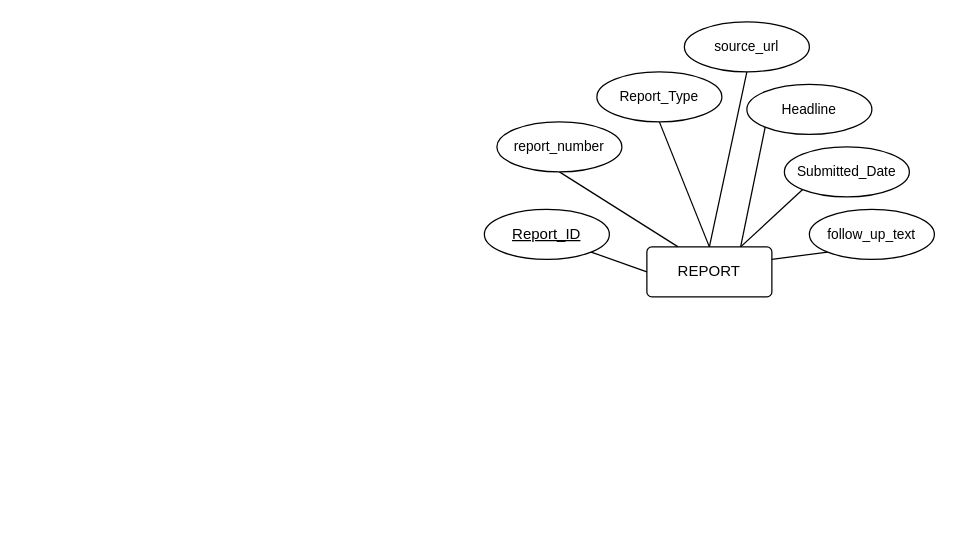
Bigfoot-In-Ass/bigfoot-sighting-db keeps this draw.io diagram as bigfoot-diagrams.drawio. Above is the earlier version. Source tidied: cells renumbered, new cells numbered last; positions are measured from the earlier drawing's top-left corner, leaving out a move shared by most shapes. Both pictures are drawn from the tidied source at 125%, with x=0, y=0 at pixel (484, 21).
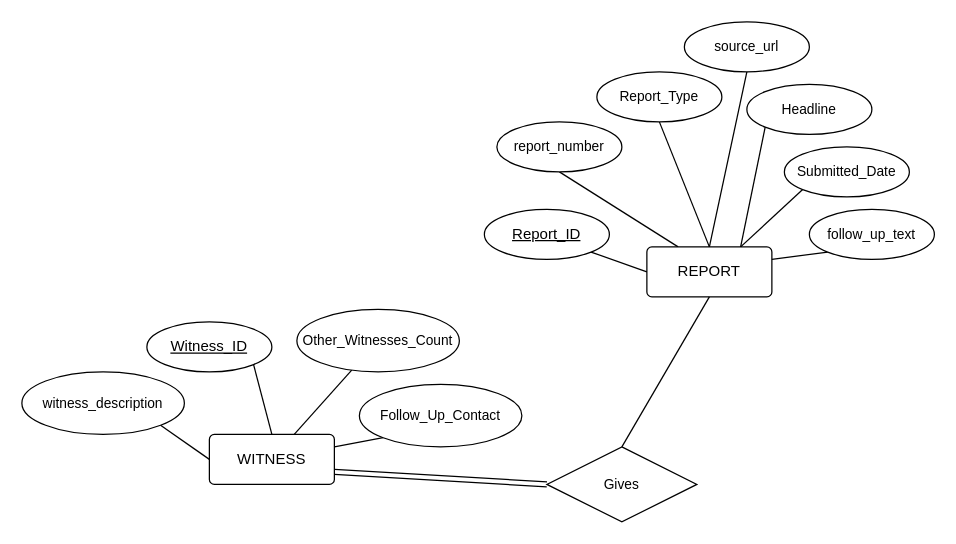
The same diagram, later.

Commit message:
resource.erd: Added `WITNESS` entity and `Gives` Relationship

The change refers to these unchanged cells:
```xml
<mxCell id="3" value="REPORT" style="rounded=1;arcSize=10;whiteSpace=wrap;html=1;align=center;" parent="1" vertex="1">
  <mxGeometry x="130" y="180" width="100" height="40" as="geometry" />
</mxCell>
```

The edit, as a diff of the source:
```diff
@@
+    <mxCell id="17" style="edgeStyle=none;shape=link;rounded=1;html=1;exitX=1;exitY=0.75;exitDx=0;exitDy=0;entryX=0;entryY=0.5;entryDx=0;entryDy=0;strokeColor=default;align=center;verticalAlign=middle;fontFamily=Helvetica;fontSize=11;fontColor=default;labelBackgroundColor=default;endArrow=none;endFill=0;" parent="1" edge="1" source="18" target="28">
+      <mxGeometry relative="1" as="geometry" />
+    </mxCell>
+    <mxCell id="18" value="WITNESS" style="rounded=1;arcSize=10;whiteSpace=wrap;html=1;align=center;" parent="1" vertex="1">
+      <mxGeometry x="-220" y="330" width="100" height="40" as="geometry" />
+    </mxCell>
+    <mxCell id="19" style="edgeStyle=none;shape=connector;rounded=1;html=1;exitX=1;exitY=1;exitDx=0;exitDy=0;entryX=0.5;entryY=0;entryDx=0;entryDy=0;strokeColor=default;align=center;verticalAlign=middle;fontFamily=Helvetica;fontSize=11;fontColor=default;labelBackgroundColor=default;endArrow=none;endFill=0;" parent="1" edge="1" source="20" target="18">
+      <mxGeometry relative="1" as="geometry" />
+    </mxCell>
+    <mxCell id="20" value="Witness_ID" style="ellipse;whiteSpace=wrap;html=1;align=center;fontStyle=4;" parent="1" vertex="1">
+      <mxGeometry x="-270" y="240" width="100" height="40" as="geometry" />
+    </mxCell>
+    <mxCell id="21" style="edgeStyle=none;shape=connector;rounded=1;html=1;strokeColor=default;align=center;verticalAlign=middle;fontFamily=Helvetica;fontSize=11;fontColor=default;labelBackgroundColor=default;endArrow=none;endFill=0;" parent="1" edge="1" source="22" target="18">
+      <mxGeometry relative="1" as="geometry" />
+    </mxCell>
+    <mxCell id="22" value="Other_Witnesses_Count" style="ellipse;whiteSpace=wrap;html=1;align=center;fontFamily=Helvetica;fontSize=11;fontColor=default;labelBackgroundColor=default;" parent="1" vertex="1">
+      <mxGeometry x="-150" y="230" width="130" height="50" as="geometry" />
+    </mxCell>
+    <mxCell id="23" style="edgeStyle=none;shape=connector;rounded=1;html=1;exitX=0;exitY=1;exitDx=0;exitDy=0;entryX=1;entryY=0.25;entryDx=0;entryDy=0;strokeColor=default;align=center;verticalAlign=middle;fontFamily=Helvetica;fontSize=11;fontColor=default;labelBackgroundColor=default;endArrow=none;endFill=0;" parent="1" edge="1" source="24" target="18">
+      <mxGeometry relative="1" as="geometry" />
+    </mxCell>
+    <mxCell id="24" value="Follow_Up_Contact" style="ellipse;whiteSpace=wrap;html=1;align=center;fontFamily=Helvetica;fontSize=11;fontColor=default;labelBackgroundColor=default;" parent="1" vertex="1">
+      <mxGeometry x="-100" y="290" width="130" height="50" as="geometry" />
+    </mxCell>
+    <mxCell id="25" style="edgeStyle=none;shape=connector;rounded=1;html=1;exitX=1;exitY=1;exitDx=0;exitDy=0;entryX=0;entryY=0.5;entryDx=0;entryDy=0;strokeColor=default;align=center;verticalAlign=middle;fontFamily=Helvetica;fontSize=11;fontColor=default;labelBackgroundColor=default;endArrow=none;endFill=0;" parent="1" edge="1" source="26" target="18">
+      <mxGeometry relative="1" as="geometry" />
+    </mxCell>
+    <mxCell id="26" value="witness_description" style="ellipse;whiteSpace=wrap;html=1;align=center;fontFamily=Helvetica;fontSize=11;fontColor=default;labelBackgroundColor=default;" parent="1" vertex="1">
+      <mxGeometry x="-370" y="280" width="130" height="50" as="geometry" />
+    </mxCell>
+    <mxCell id="27" style="edgeStyle=none;shape=connector;rounded=1;html=1;exitX=0.5;exitY=0;exitDx=0;exitDy=0;entryX=0.5;entryY=1;entryDx=0;entryDy=0;strokeColor=default;align=center;verticalAlign=middle;fontFamily=Helvetica;fontSize=11;fontColor=default;labelBackgroundColor=default;endArrow=none;endFill=0;" parent="1" edge="1" source="28" target="3">
+      <mxGeometry relative="1" as="geometry" />
+    </mxCell>
+    <mxCell id="28" value="Gives" style="shape=rhombus;perimeter=rhombusPerimeter;whiteSpace=wrap;html=1;align=center;fontFamily=Helvetica;fontSize=11;fontColor=default;labelBackgroundColor=default;" parent="1" vertex="1">
+      <mxGeometry x="50" y="340" width="120" height="60" as="geometry" />
+    </mxCell>
```
